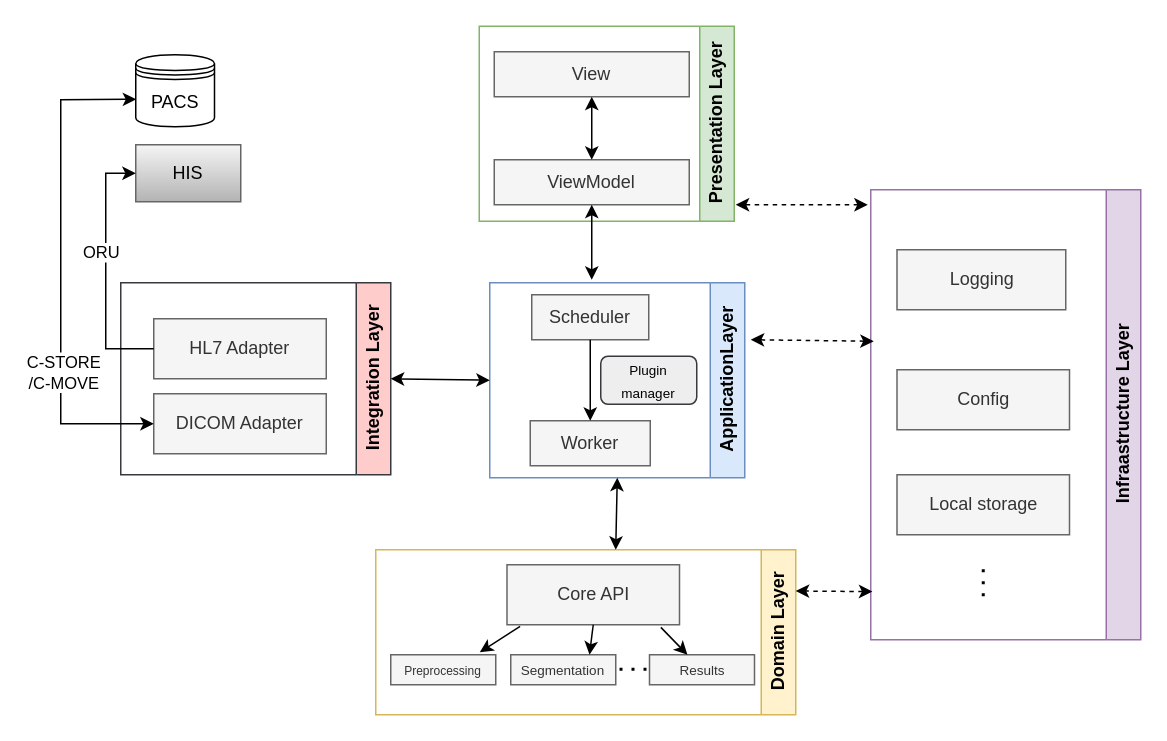
crisMCh/Diagrams keeps this draw.io diagram as arch.drawio. Above is the earlier version. Source tidied: cells renumbered, new cells numbered last; positions are measured from the earlier drawing's top-left corner, leaving out a move shared by most shapes. Both pictures are drawn from the tidied source at 150%, with x=0, y=0 at pixel (60, 26).
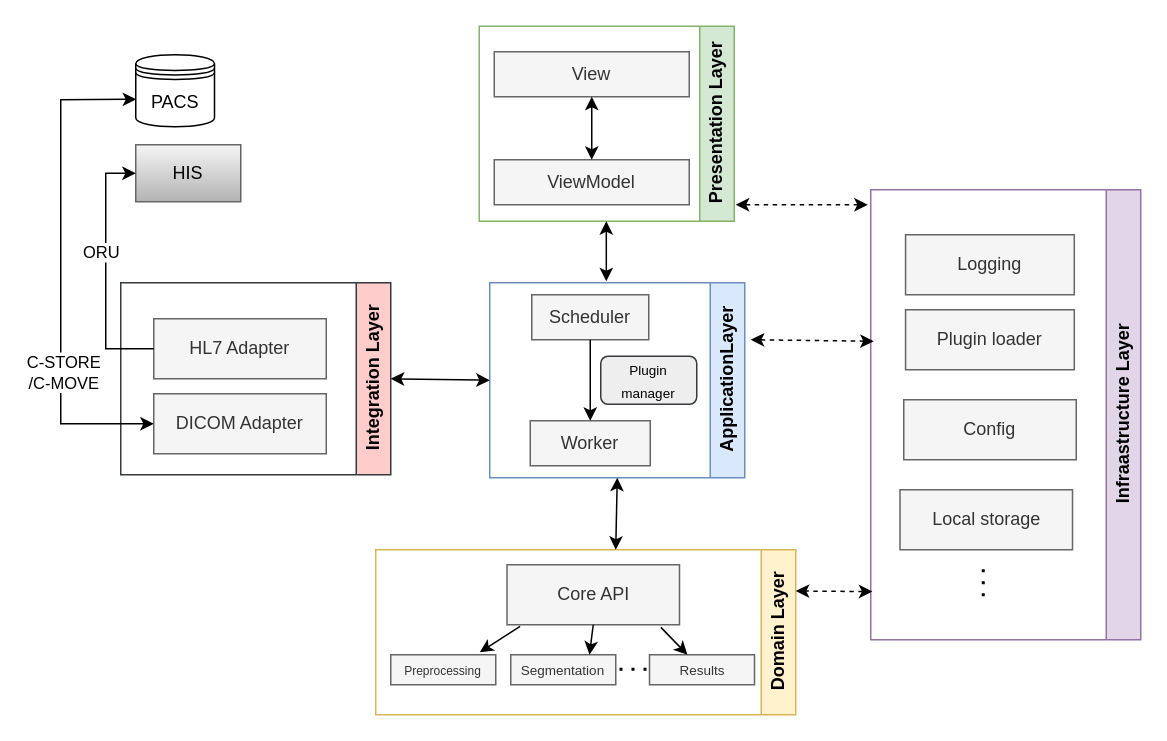
Above is the later version.

Unchanged cells that the change refers to:
```xml
<mxCell id="9" value="ViewModel" style="rounded=0;whiteSpace=wrap;html=1;fillColor=#f5f5f5;strokeColor=#666666;fontColor=#333333;" parent="7" vertex="1">
  <mxGeometry x="10" y="89" width="130" height="30" as="geometry" />
</mxCell>
<mxCell id="23" value="Infraastructure Layer" style="swimlane;horizontal=0;whiteSpace=wrap;html=1;direction=west;fillColor=#e1d5e7;strokeColor=#9673a6;" parent="1" vertex="1">
  <mxGeometry x="540" y="109" width="180" height="300" as="geometry" />
</mxCell>
```

What changed in the source:
```diff
@@
     <mxCell id="24" value="Logging" style="rounded=0;whiteSpace=wrap;html=1;fillColor=#f5f5f5;strokeColor=#666666;fontColor=#333333;" parent="23" vertex="1">
-      <mxGeometry x="17.5" y="40" width="112.5" height="40" as="geometry" />
+      <mxGeometry x="23.2" y="30" width="112.5" height="40" as="geometry" />
     </mxCell>
     <mxCell id="25" value="Config" style="rounded=0;whiteSpace=wrap;html=1;fillColor=#f5f5f5;strokeColor=#666666;fontColor=#333333;" parent="23" vertex="1">
-      <mxGeometry x="17.5" y="120" width="115" height="40" as="geometry" />
+      <mxGeometry x="22" y="140" width="115" height="40" as="geometry" />
     </mxCell>
     <mxCell id="26" value="Local storage" style="rounded=0;whiteSpace=wrap;html=1;fillColor=#f5f5f5;strokeColor=#666666;fontColor=#333333;" parent="23" vertex="1">
-      <mxGeometry x="17.5" y="190" width="115" height="40" as="geometry" />
+      <mxGeometry x="19.5" y="200" width="115" height="40" as="geometry" />
     </mxCell>
@@
+    <mxCell id="40" value="Plugin loader" style="rounded=0;whiteSpace=wrap;html=1;fillColor=#f5f5f5;strokeColor=#666666;fontColor=#333333;" parent="23" vertex="1">
+      <mxGeometry x="23.2" y="80" width="112.5" height="40" as="geometry" />
+    </mxCell>
-    <mxCell id="28" style="endArrow=classic;startArrow=classic;html=1;rounded=0;entryX=0.5;entryY=1;entryDx=0;entryDy=0;" parent="1" edge="1" target="9">
+    <mxCell id="28" style="endArrow=classic;startArrow=classic;html=1;rounded=0;" parent="1" edge="1">
       <mxGeometry relative="1" as="geometry">
-        <mxPoint x="354" y="169" as="sourcePoint" />
+        <mxPoint x="363.7" y="170" as="sourcePoint" />
+        <mxPoint x="363.7" y="130" as="targetPoint" />
       </mxGeometry>
     </mxCell>
```
